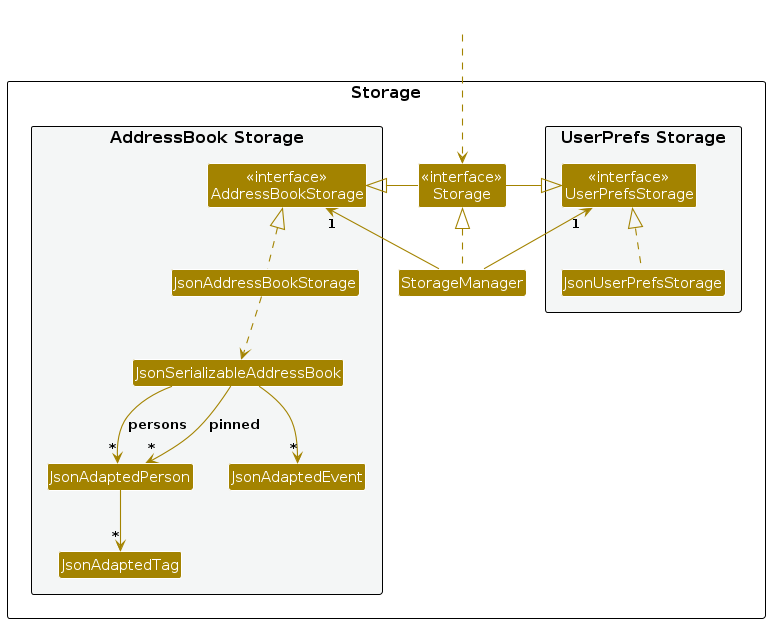
Above: diagrams/StorageClassDiagram.png in AY2526S2-CS2103-F08-4/tp (PlantUML), before the change. Its source is kept beside it as diagrams/StorageClassDiagram.puml.
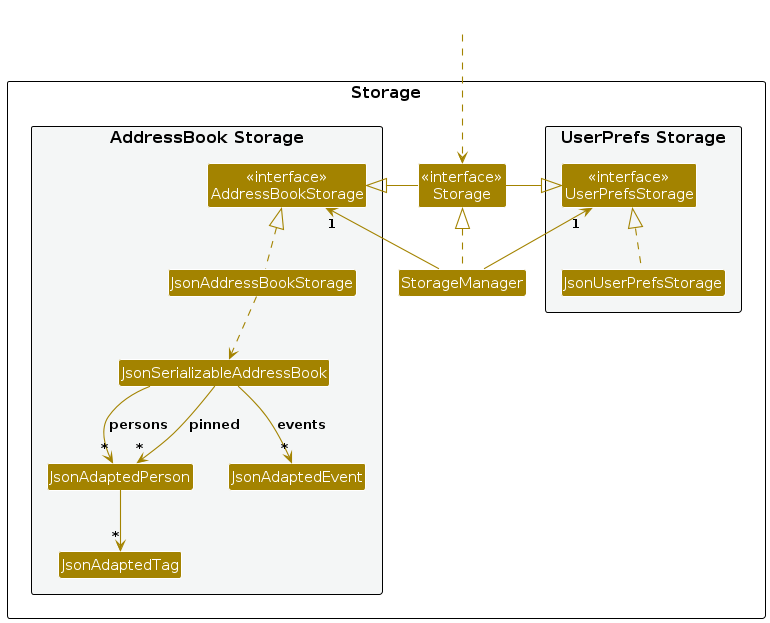
The same diagram one commit later.

Change to the diagram source:
```diff
@@ -40,7 +40,7 @@
 JsonAddressBookStorage ..> JsonSerializableAddressBook
 JsonSerializableAddressBook --> "*" JsonAdaptedPerson : persons
 JsonSerializableAddressBook --> "*" JsonAdaptedPerson : pinned
-JsonSerializableAddressBook --> "*" JsonAdaptedEvent
+JsonSerializableAddressBook --> "*" JsonAdaptedEvent : events
 JsonAdaptedPerson --> "*" JsonAdaptedTag
 
 @enduml
```
